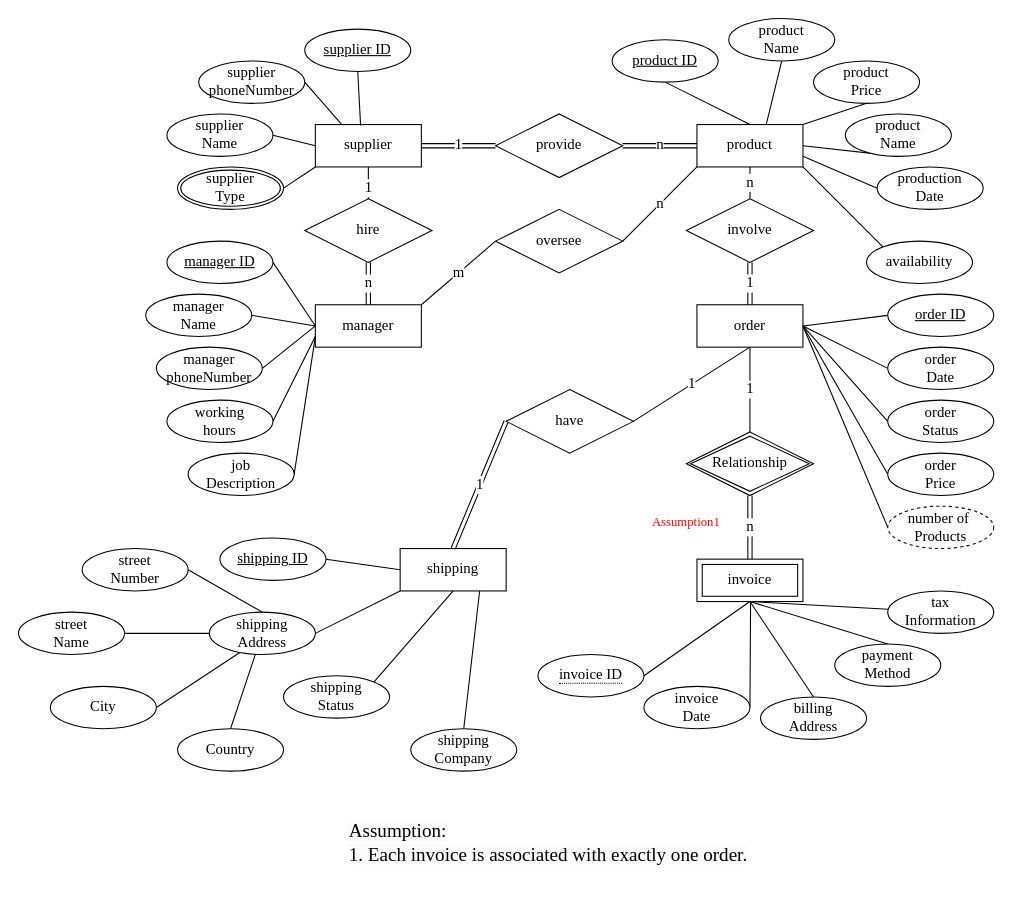
Before: page "Page-1" (1 of 2) of comp9311/assignment1_ER.drawio in stellariumImpl/CDN, a draw.io diagram. Source tidied: cells renumbered, new cells numbered last; positions are measured from the earlier drawing's top-left corner, leaving out a move shared by most shapes. Both pictures are drawn from the tidied source at 106%, with x=0, y=0 at pixel (18, 18).
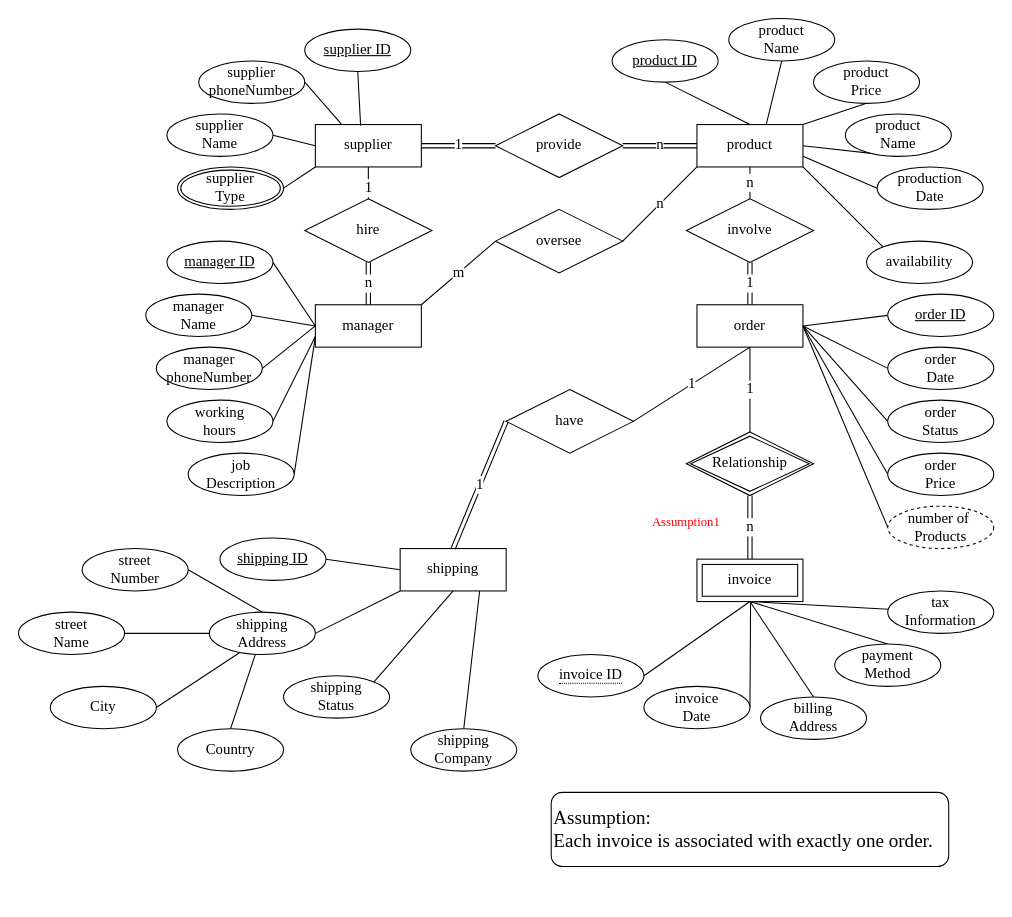
After the change.

The edit, as a diff of the source:
```diff
@@
-    <mxCell id="92" value="&lt;font style=&quot;font-size: 18px;&quot;&gt;&lt;span&gt;&lt;span style=&quot;color: rgb(0, 0, 0); font-style: normal; font-variant-ligatures: normal; font-variant-caps: normal; letter-spacing: normal; orphans: 2; text-align: left; text-indent: 0px; text-transform: none; widows: 2; word-spacing: 0px; -webkit-text-stroke-width: 0px; background-color: rgb(251, 251, 251); text-decoration-thickness: initial; text-decoration-style: initial; text-decoration-color: initial; float: none; display: inline !important;&quot;&gt;Assumption:&lt;/span&gt;&lt;br style=&quot;border-color: var(--border-color); color: rgb(0, 0, 0); font-style: normal; font-variant-ligatures: normal; font-variant-caps: normal; letter-spacing: normal; orphans: 2; text-align: left; text-indent: 0px; text-transform: none; widows: 2; word-spacing: 0px; -webkit-text-stroke-width: 0px; background-color: rgb(251, 251, 251); text-decoration-thickness: initial; text-decoration-style: initial; text-decoration-color: initial;&quot;&gt;&lt;span style=&quot;color: rgb(0, 0, 0); font-style: normal; font-variant-ligatures: normal; font-variant-caps: normal; letter-spacing: normal; orphans: 2; text-align: left; text-indent: 0px; text-transform: none; widows: 2; word-spacing: 0px; -webkit-text-stroke-width: 0px; background-color: rgb(251, 251, 251); text-decoration-thickness: initial; text-decoration-style: initial; text-decoration-color: initial; float: none; display: inline !important;&quot;&gt;1.&amp;nbsp;Each invoice is associated with exactly one order.&lt;/span&gt;&lt;/span&gt;&lt;/font&gt;" style="text;whiteSpace=wrap;html=1;fontStyle=0;fontFamily=Times New Roman;" parent="1" vertex="1">
-      <mxGeometry x="310" y="750" width="470" height="80" as="geometry" />
-    </mxCell>
@@
+    <mxCell id="94" value="&lt;font style=&quot;font-size: 18px;&quot; face=&quot;Times New Roman&quot;&gt;Assumption:&lt;br style=&quot;border-color: var(--border-color);&quot;&gt;&lt;span style=&quot;border-color: var(--border-color);&quot;&gt;Each invoice is associated with exactly one order.&lt;/span&gt;&lt;/font&gt;" style="rounded=1;whiteSpace=wrap;html=1;align=left;" parent="1" vertex="1">
+      <mxGeometry x="502.5" y="730" width="375" height="70" as="geometry" />
+    </mxCell>
```
